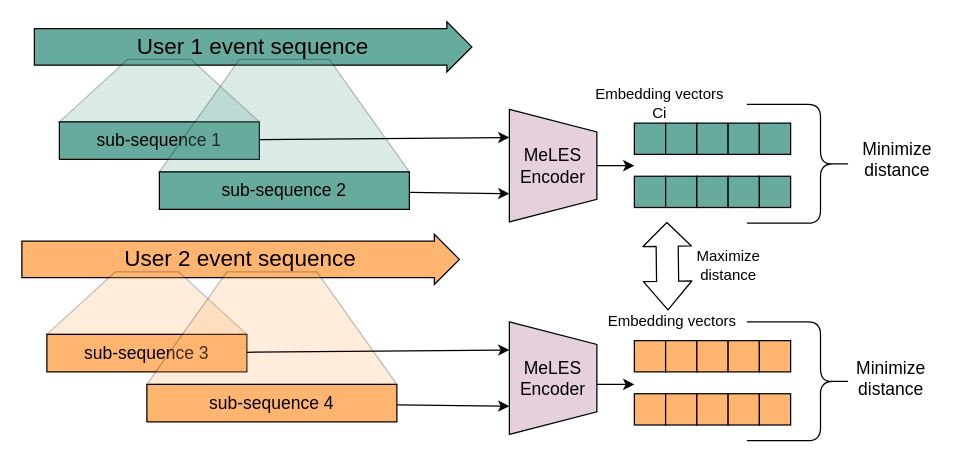
Earlier version of the draw.io diagram figures/arch-v2.drawio (dllllb/coles-paper-txt). Source tidied: cells renumbered, new cells numbered last; positions are measured from the earlier drawing's top-left corner, leaving out a move shared by most shapes. Both pictures are drawn from the tidied source at 125%, with x=0, y=0 at pixel (21, 21).
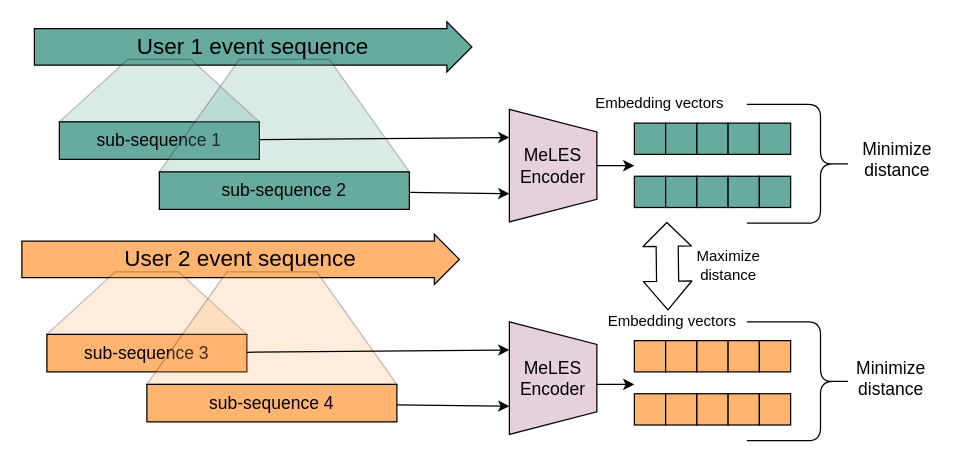
Above is the later version.

Commit message (it also covers changes not shown here):
architecture scheme v2

The edit, as a diff of the source:
```diff
@@
-    <mxCell id="46" value="Embedding vectors&lt;br&gt;Ci" style="text;html=1;align=center;verticalAlign=middle;" parent="1" vertex="1">
-      <mxGeometry x="450" y="50" width="120" height="30" as="geometry" />
+    <mxCell id="46" value="Embedding vectors" style="text;html=1;align=center;verticalAlign=middle;" parent="1" vertex="1">
+      <mxGeometry x="450" y="55" width="120" height="20" as="geometry" />
     </mxCell>
```
